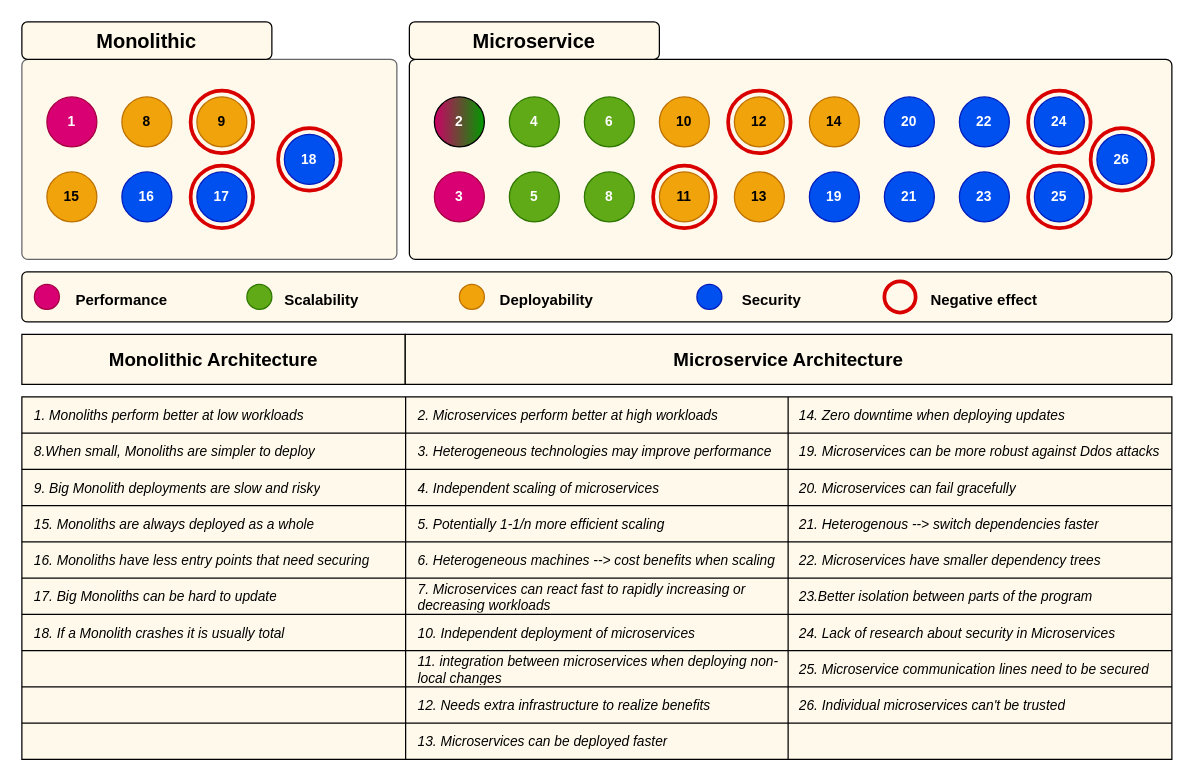
The draw.io diagram Untitled Diagram.drawio in Catrovitch/Microservice-Tactics, before the edit. Source tidied: cells renumbered, new cells numbered last; positions are measured from the earlier drawing's top-left corner, leaving out a move shared by most shapes. Both pictures are drawn from the tidied source at 125%, with x=0, y=0 at pixel (21, 21).
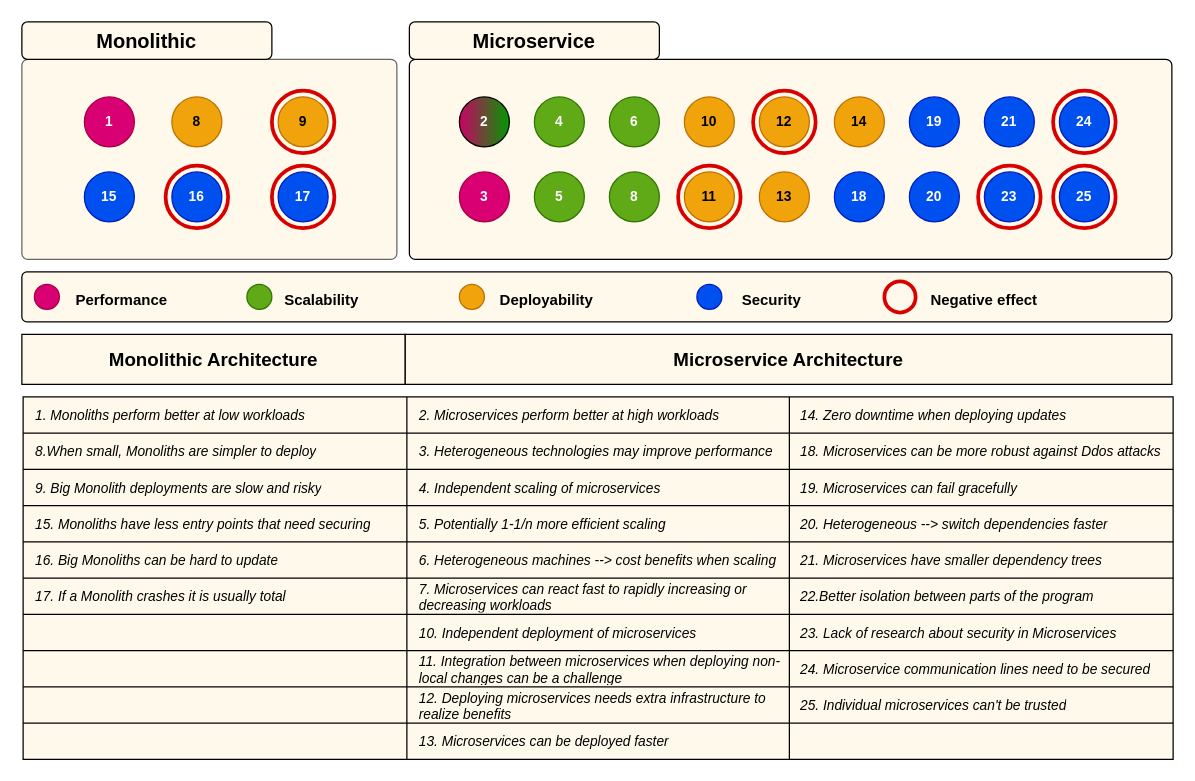
The same diagram, later.

The change refers to these unchanged cells:
```xml
<mxCell id="8" style="group;fillColor=default;" parent="1" vertex="1">
  <mxGeometry y="250" width="920" height="340" as="geometry" />
</mxCell>
<mxCell id="14" style="shape=tableRow;horizontal=0;startSize=0;swimlaneHead=0;swimlaneBody=0;strokeColor=inherit;top=0;left=0;bottom=0;right=0;fillColor=none;" parent="9" vertex="1">
  <mxGeometry y="29" width="920" height="29" as="geometry" />
</mxCell>
<mxCell id="18" style="shape=tableRow;horizontal=0;startSize=0;swimlaneHead=0;swimlaneBody=0;strokeColor=inherit;top=0;left=0;bottom=0;right=0;fillColor=none;" parent="9" vertex="1">
  <mxGeometry y="58" width="920" height="29" as="geometry" />
</mxCell>
<mxCell id="22" style="shape=tableRow;horizontal=0;startSize=0;swimlaneHead=0;swimlaneBody=0;strokeColor=inherit;top=0;left=0;bottom=0;right=0;fillColor=none;" parent="9" vertex="1">
  <mxGeometry y="87" width="920" height="29" as="geometry" />
</mxCell>
<mxCell id="26" style="shape=tableRow;horizontal=0;startSize=0;swimlaneHead=0;swimlaneBody=0;strokeColor=inherit;top=0;left=0;bottom=0;right=0;fillColor=none;" parent="9" vertex="1">
  <mxGeometry y="116" width="920" height="29" as="geometry" />
</mxCell>
<mxCell id="30" style="shape=tableRow;horizontal=0;startSize=0;swimlaneHead=0;swimlaneBody=0;strokeColor=inherit;top=0;left=0;bottom=0;right=0;fillColor=none;" parent="9" vertex="1">
  <mxGeometry y="145" width="920" height="29" as="geometry" />
</mxCell>
<mxCell id="34" style="shape=tableRow;horizontal=0;startSize=0;swimlaneHead=0;swimlaneBody=0;strokeColor=inherit;top=0;left=0;bottom=0;right=0;fillColor=none;" parent="9" vertex="1">
  <mxGeometry y="174" width="920" height="29" as="geometry" />
</mxCell>
<mxCell id="38" style="shape=tableRow;horizontal=0;startSize=0;swimlaneHead=0;swimlaneBody=0;strokeColor=inherit;top=0;left=0;bottom=0;right=0;fillColor=none;" parent="9" vertex="1">
  <mxGeometry y="203" width="920" height="29" as="geometry" />
</mxCell>
<mxCell id="42" style="shape=tableRow;horizontal=0;startSize=0;swimlaneHead=0;swimlaneBody=0;strokeColor=inherit;top=0;left=0;bottom=0;right=0;fillColor=none;" parent="9" vertex="1">
  <mxGeometry y="232" width="920" height="29" as="geometry" />
</mxCell>
```

Change to the diagram source:
```diff
@@
     <mxCell id="6" value="&lt;b style=&quot;font-size: 11px;&quot;&gt;&lt;font style=&quot;font-size: 11px;&quot;&gt;1&lt;/font&gt;&lt;/b&gt;" style="ellipse;whiteSpace=wrap;html=1;fontSize=11;fillColor=#d80073;strokeColor=#A50040;fontColor=#ffffff;" parent="1" vertex="1">
-      <mxGeometry x="20" y="60" width="40" height="40" as="geometry" />
+      <mxGeometry x="50" y="60" width="40" height="40" as="geometry" />
     </mxCell>
     <mxCell id="7" value="&lt;font color=&quot;#ffffff&quot;&gt;&lt;b&gt;2&lt;/b&gt;&lt;/font&gt;" style="ellipse;whiteSpace=wrap;html=1;fontSize=11;gradientColor=#009900;gradientDirection=east;fillColor=#CC0066;" parent="1" vertex="1">
-      <mxGeometry x="330" y="60" width="40" height="40" as="geometry" />
+      <mxGeometry x="350" y="60" width="40" height="40" as="geometry" />
     </mxCell>
@@
     <mxCell id="9" style="shape=table;startSize=0;childLayout=tableLayout;swimlaneLine=1;align=left;spacing=2;fillColor=#FFF9EB;" parent="8" vertex="1">
-      <mxGeometry y="50" width="920" height="290" as="geometry" />
+      <mxGeometry x="1" y="50" width="920" height="290" as="geometry" />
     </mxCell>
@@
-    <mxCell id="17" value="19. Microservices can be more robust against Ddos attacks" style="shape=partialRectangle;html=1;whiteSpace=wrap;strokeColor=inherit;overflow=hidden;fillColor=none;top=0;left=0;bottom=0;right=0;align=left;fontSize=11;spacingLeft=7;fontStyle=2;" parent="14" vertex="1">
+    <mxCell id="17" value="18. Microservices can be more robust against Ddos attacks" style="shape=partialRectangle;html=1;whiteSpace=wrap;strokeColor=inherit;overflow=hidden;fillColor=none;top=0;left=0;bottom=0;right=0;align=left;fontSize=11;spacingLeft=7;fontStyle=2;" parent="14" vertex="1">
       <mxGeometry x="613" width="307" height="29" as="geometry" />
     </mxCell>
@@
-    <mxCell id="21" value="20. Microservices can fail gracefully" style="shape=partialRectangle;html=1;whiteSpace=wrap;strokeColor=inherit;overflow=hidden;fillColor=none;top=0;left=0;bottom=0;right=0;align=left;fontSize=11;spacingLeft=7;fontStyle=2;" parent="18" vertex="1">
+    <mxCell id="21" value="19. Microservices can fail gracefully" style="shape=partialRectangle;html=1;whiteSpace=wrap;strokeColor=inherit;overflow=hidden;fillColor=none;top=0;left=0;bottom=0;right=0;align=left;fontSize=11;spacingLeft=7;fontStyle=2;" parent="18" vertex="1">
       <mxGeometry x="613" width="307" height="29" as="geometry" />
     </mxCell>
@@
-    <mxCell id="23" value="15. Monoliths are always deployed as a whole" style="shape=partialRectangle;html=1;whiteSpace=wrap;strokeColor=inherit;overflow=hidden;fillColor=none;top=0;left=0;bottom=0;right=0;align=left;fontSize=11;fontStyle=2;spacingLeft=8;" parent="22" vertex="1">
+    <mxCell id="23" value="15. Monoliths have less entry points that need securing" style="shape=partialRectangle;html=1;whiteSpace=wrap;strokeColor=inherit;overflow=hidden;fillColor=none;top=0;left=0;bottom=0;right=0;align=left;fontSize=11;fontStyle=2;spacingLeft=8;" parent="22" vertex="1">
       <mxGeometry width="307" height="29" as="geometry" />
     </mxCell>
@@
-    <mxCell id="25" value="21. Heterogenous --&amp;gt; switch dependencies faster" style="shape=partialRectangle;html=1;whiteSpace=wrap;strokeColor=inherit;overflow=hidden;fillColor=none;top=0;left=0;bottom=0;right=0;align=left;fontSize=11;spacingLeft=7;fontStyle=2;" parent="22" vertex="1">
+    <mxCell id="25" value="20. Heterogeneous --&amp;gt; switch dependencies faster" style="shape=partialRectangle;html=1;whiteSpace=wrap;strokeColor=inherit;overflow=hidden;fillColor=none;top=0;left=0;bottom=0;right=0;align=left;fontSize=11;spacingLeft=7;fontStyle=2;" parent="22" vertex="1">
       <mxGeometry x="613" width="307" height="29" as="geometry" />
     </mxCell>
@@
-    <mxCell id="27" value="&lt;div&gt;16. Monoliths have less entry points that need securing&lt;/div&gt;" style="shape=partialRectangle;html=1;whiteSpace=wrap;strokeColor=inherit;overflow=hidden;fillColor=none;top=0;left=0;bottom=0;right=0;align=left;fontSize=11;fontStyle=2;spacingLeft=8;" parent="26" vertex="1">
+    <mxCell id="27" value="&lt;div&gt;16. Big Monoliths can be hard to update&lt;/div&gt;" style="shape=partialRectangle;html=1;whiteSpace=wrap;strokeColor=inherit;overflow=hidden;fillColor=none;top=0;left=0;bottom=0;right=0;align=left;fontSize=11;fontStyle=2;spacingLeft=8;" parent="26" vertex="1">
       <mxGeometry width="307" height="29" as="geometry" />
     </mxCell>
@@
-    <mxCell id="29" value="22. Microservices have smaller dependency trees" style="shape=partialRectangle;html=1;whiteSpace=wrap;strokeColor=inherit;overflow=hidden;fillColor=none;top=0;left=0;bottom=0;right=0;align=left;fontSize=11;spacingLeft=7;fontStyle=2;" parent="26" vertex="1">
+    <mxCell id="29" value="21. Microservices have smaller dependency trees" style="shape=partialRectangle;html=1;whiteSpace=wrap;strokeColor=inherit;overflow=hidden;fillColor=none;top=0;left=0;bottom=0;right=0;align=left;fontSize=11;spacingLeft=7;fontStyle=2;" parent="26" vertex="1">
       <mxGeometry x="613" width="307" height="29" as="geometry" />
     </mxCell>
@@
-    <mxCell id="31" value="17. Big Monoliths can be hard to update" style="shape=partialRectangle;html=1;whiteSpace=wrap;strokeColor=inherit;overflow=hidden;fillColor=none;top=0;left=0;bottom=0;right=0;align=left;fontSize=11;fontStyle=2;spacingLeft=8;" parent="30" vertex="1">
+    <mxCell id="31" value="17. If a Monolith crashes it is usually total" style="shape=partialRectangle;html=1;whiteSpace=wrap;strokeColor=inherit;overflow=hidden;fillColor=none;top=0;left=0;bottom=0;right=0;align=left;fontSize=11;fontStyle=2;spacingLeft=8;" parent="30" vertex="1">
       <mxGeometry width="307" height="29" as="geometry" />
     </mxCell>
@@
-    <mxCell id="33" value="23.Better isolation between parts of the program" style="shape=partialRectangle;html=1;whiteSpace=wrap;strokeColor=inherit;overflow=hidden;fillColor=none;top=0;left=0;bottom=0;right=0;align=left;fontSize=11;spacingLeft=7;fontStyle=2;" parent="30" vertex="1">
+    <mxCell id="33" value="22.Better isolation between parts of the program" style="shape=partialRectangle;html=1;whiteSpace=wrap;strokeColor=inherit;overflow=hidden;fillColor=none;top=0;left=0;bottom=0;right=0;align=left;fontSize=11;spacingLeft=7;fontStyle=2;" parent="30" vertex="1">
       <mxGeometry x="613" width="307" height="29" as="geometry" />
     </mxCell>
@@
-    <mxCell id="35" value="18. If a Monolith crashes it is usually total" style="shape=partialRectangle;html=1;whiteSpace=wrap;strokeColor=inherit;overflow=hidden;fillColor=none;top=0;left=0;bottom=0;right=0;align=left;fontSize=11;fontStyle=2;spacingLeft=8;" parent="34" vertex="1">
+    <mxCell id="35" style="shape=partialRectangle;html=1;whiteSpace=wrap;strokeColor=inherit;overflow=hidden;fillColor=none;top=0;left=0;bottom=0;right=0;align=left;fontSize=11;fontStyle=2;spacingLeft=8;" parent="34" vertex="1">
       <mxGeometry width="307" height="29" as="geometry" />
     </mxCell>
@@
-    <mxCell id="37" value="24. Lack of research about security in Microservices" style="shape=partialRectangle;html=1;whiteSpace=wrap;strokeColor=inherit;overflow=hidden;fillColor=none;top=0;left=0;bottom=0;right=0;align=left;fontSize=11;spacingLeft=7;fontStyle=2;" parent="34" vertex="1">
+    <mxCell id="37" value="23. Lack of research about security in Microservices" style="shape=partialRectangle;html=1;whiteSpace=wrap;strokeColor=inherit;overflow=hidden;fillColor=none;top=0;left=0;bottom=0;right=0;align=left;fontSize=11;spacingLeft=7;fontStyle=2;" parent="34" vertex="1">
       <mxGeometry x="613" width="307" height="29" as="geometry" />
     </mxCell>
@@
-    <mxCell id="40" value="11. integration between microservices when deploying non-local changes" style="shape=partialRectangle;html=1;whiteSpace=wrap;strokeColor=inherit;overflow=hidden;fillColor=none;top=0;left=0;bottom=0;right=0;align=left;fontSize=11;fontStyle=2;spacingLeft=8;" parent="38" vertex="1">
+    <mxCell id="40" value="11. Integration between microservices when deploying non-local changes can be a challenge" style="shape=partialRectangle;html=1;whiteSpace=wrap;strokeColor=inherit;overflow=hidden;fillColor=none;top=0;left=0;bottom=0;right=0;align=left;fontSize=11;fontStyle=2;spacingLeft=8;" parent="38" vertex="1">
       <mxGeometry x="307" width="306" height="29" as="geometry" />
     </mxCell>
-    <mxCell id="41" value="25. Microservice communication lines need to be secured" style="shape=partialRectangle;html=1;whiteSpace=wrap;strokeColor=inherit;overflow=hidden;fillColor=none;top=0;left=0;bottom=0;right=0;align=left;fontSize=11;spacingLeft=7;fontStyle=2;" parent="38" vertex="1">
+    <mxCell id="41" value="24. Microservice communication lines need to be secured" style="shape=partialRectangle;html=1;whiteSpace=wrap;strokeColor=inherit;overflow=hidden;fillColor=none;top=0;left=0;bottom=0;right=0;align=left;fontSize=11;spacingLeft=7;fontStyle=2;" parent="38" vertex="1">
       <mxGeometry x="613" width="307" height="29" as="geometry" />
     </mxCell>
@@
-    <mxCell id="44" value="12. Needs extra infrastructure to realize benefits" style="shape=partialRectangle;html=1;whiteSpace=wrap;strokeColor=inherit;overflow=hidden;fillColor=none;top=0;left=0;bottom=0;right=0;align=left;fontSize=11;fontStyle=2;spacingLeft=8;" parent="42" vertex="1">
+    <mxCell id="44" value="12. Deploying microservices needs extra infrastructure to realize benefits" style="shape=partialRectangle;html=1;whiteSpace=wrap;strokeColor=inherit;overflow=hidden;fillColor=none;top=0;left=0;bottom=0;right=0;align=left;fontSize=11;fontStyle=2;spacingLeft=8;" parent="42" vertex="1">
       <mxGeometry x="307" width="306" height="29" as="geometry" />
     </mxCell>
-    <mxCell id="45" value="26. Individual microservices can't be trusted" style="shape=partialRectangle;html=1;whiteSpace=wrap;strokeColor=inherit;overflow=hidden;fillColor=none;top=0;left=0;bottom=0;right=0;align=left;fontSize=11;spacingLeft=7;fontStyle=2;" parent="42" vertex="1">
+    <mxCell id="45" value="25. Individual microservices can't be trusted " style="shape=partialRectangle;html=1;whiteSpace=wrap;strokeColor=inherit;overflow=hidden;fillColor=none;top=0;left=0;bottom=0;right=0;align=left;fontSize=11;spacingLeft=7;fontStyle=2;" parent="42" vertex="1">
       <mxGeometry x="613" width="307" height="29" as="geometry" />
     </mxCell>
@@
-    <mxCell id="52" value="&lt;b&gt;15&lt;/b&gt;" style="ellipse;whiteSpace=wrap;html=1;fontSize=11;fillColor=#f0a30a;strokeColor=#BD7000;fontColor=#000000;" parent="1" vertex="1">
-      <mxGeometry x="20" y="120" width="40" height="40" as="geometry" />
+    <mxCell id="52" value="&lt;b&gt;15&lt;/b&gt;" style="ellipse;whiteSpace=wrap;html=1;fontSize=11;fillColor=#0050ef;strokeColor=#001DBC;fontColor=#ffffff;" parent="1" vertex="1">
+      <mxGeometry x="50" y="120" width="40" height="40" as="geometry" />
     </mxCell>
     <mxCell id="53" value="&lt;b&gt;8&lt;/b&gt;" style="ellipse;whiteSpace=wrap;html=1;fontSize=11;fillColor=#f0a30a;strokeColor=#BD7000;fontColor=#000000;" parent="1" vertex="1">
-      <mxGeometry x="80" y="60" width="40" height="40" as="geometry" />
+      <mxGeometry x="120" y="60" width="40" height="40" as="geometry" />
     </mxCell>
     <mxCell id="54" value="&lt;b&gt;16&lt;/b&gt;" style="ellipse;whiteSpace=wrap;html=1;fontSize=11;fillColor=#0050ef;strokeColor=#001DBC;fontColor=#ffffff;" parent="1" vertex="1">
-      <mxGeometry x="80" y="120" width="40" height="40" as="geometry" />
+      <mxGeometry x="120" y="120" width="40" height="40" as="geometry" />
     </mxCell>
     <mxCell id="55" value="&lt;b&gt;9&lt;/b&gt;" style="ellipse;whiteSpace=wrap;html=1;fontSize=11;fillColor=#f0a30a;strokeColor=#BD7000;fontColor=#000000;" parent="1" vertex="1">
-      <mxGeometry x="140" y="60" width="40" height="40" as="geometry" />
+      <mxGeometry x="205" y="60" width="40" height="40" as="geometry" />
     </mxCell>
     <mxCell id="56" value="&lt;b&gt;17&lt;/b&gt;" style="ellipse;whiteSpace=wrap;html=1;fontSize=11;fillColor=#0050ef;strokeColor=#001DBC;fontColor=#ffffff;" parent="1" vertex="1">
-      <mxGeometry x="140" y="120" width="40" height="40" as="geometry" />
+      <mxGeometry x="205" y="120" width="40" height="40" as="geometry" />
     </mxCell>
-    <mxCell id="57" value="&lt;b&gt;18&lt;/b&gt;" style="ellipse;whiteSpace=wrap;html=1;fontSize=11;fillColor=#0050ef;strokeColor=#001DBC;fontColor=#ffffff;" parent="1" vertex="1">
-      <mxGeometry x="210" y="90" width="40" height="40" as="geometry" />
-    </mxCell>
     <mxCell id="58" value="&lt;b&gt;3&lt;/b&gt;" style="ellipse;whiteSpace=wrap;html=1;fontSize=11;fillColor=#d80073;strokeColor=#A50040;fontColor=#ffffff;" parent="1" vertex="1">
-      <mxGeometry x="330" y="120" width="40" height="40" as="geometry" />
+      <mxGeometry x="350" y="120" width="40" height="40" as="geometry" />
     </mxCell>
     <mxCell id="59" value="&lt;b&gt;4&lt;/b&gt;" style="ellipse;whiteSpace=wrap;html=1;fontSize=11;fillColor=#60a917;fontColor=#ffffff;strokeColor=#2D7600;" parent="1" vertex="1">
-      <mxGeometry x="390" y="60" width="40" height="40" as="geometry" />
+      <mxGeometry x="410" y="60" width="40" height="40" as="geometry" />
     </mxCell>
     <mxCell id="60" value="&lt;b&gt;6&lt;/b&gt;" style="ellipse;whiteSpace=wrap;html=1;fontSize=11;fillColor=#60a917;fontColor=#ffffff;strokeColor=#2D7600;" parent="1" vertex="1">
-      <mxGeometry x="450" y="60" width="40" height="40" as="geometry" />
+      <mxGeometry x="470" y="60" width="40" height="40" as="geometry" />
     </mxCell>
     <mxCell id="61" value="&lt;b&gt;5&lt;/b&gt;" style="ellipse;whiteSpace=wrap;html=1;fontSize=11;fillColor=#60a917;fontColor=#ffffff;strokeColor=#2D7600;" parent="1" vertex="1">
-      <mxGeometry x="390" y="120" width="40" height="40" as="geometry" />
+      <mxGeometry x="410" y="120" width="40" height="40" as="geometry" />
     </mxCell>
     <mxCell id="62" value="&lt;b&gt;8&lt;/b&gt;" style="ellipse;whiteSpace=wrap;html=1;fontSize=11;fillColor=#60a917;fontColor=#ffffff;strokeColor=#2D7600;" parent="1" vertex="1">
-      <mxGeometry x="450" y="120" width="40" height="40" as="geometry" />
+      <mxGeometry x="470" y="120" width="40" height="40" as="geometry" />
     </mxCell>
     <mxCell id="63" value="&lt;b&gt;10&lt;/b&gt;" style="ellipse;whiteSpace=wrap;html=1;fontSize=11;fillColor=#f0a30a;fontColor=#000000;strokeColor=#BD7000;" parent="1" vertex="1">
-      <mxGeometry x="510" y="60" width="40" height="40" as="geometry" />
+      <mxGeometry x="530" y="60" width="40" height="40" as="geometry" />
     </mxCell>
     <mxCell id="64" value="&lt;b&gt;12&lt;/b&gt;" style="ellipse;whiteSpace=wrap;html=1;fontSize=11;fillColor=#f0a30a;fontColor=#000000;strokeColor=#BD7000;" parent="1" vertex="1">
-      <mxGeometry x="570" y="60" width="40" height="40" as="geometry" />
+      <mxGeometry x="590" y="60" width="40" height="40" as="geometry" />
     </mxCell>
     <mxCell id="65" value="&lt;b&gt;11&lt;/b&gt;" style="ellipse;whiteSpace=wrap;html=1;fontSize=11;fillColor=#f0a30a;fontColor=#000000;strokeColor=#BD7000;" parent="1" vertex="1">
-      <mxGeometry x="510" y="120" width="40" height="40" as="geometry" />
+      <mxGeometry x="530" y="120" width="40" height="40" as="geometry" />
     </mxCell>
     <mxCell id="66" value="&lt;b&gt;13&lt;/b&gt;" style="ellipse;whiteSpace=wrap;html=1;fontSize=11;fillColor=#f0a30a;fontColor=#000000;strokeColor=#BD7000;" parent="1" vertex="1">
-      <mxGeometry x="570" y="120" width="40" height="40" as="geometry" />
+      <mxGeometry x="590" y="120" width="40" height="40" as="geometry" />
     </mxCell>
     <mxCell id="67" value="&lt;b&gt;14&lt;/b&gt;" style="ellipse;whiteSpace=wrap;html=1;fontSize=11;fillColor=#f0a30a;fontColor=#000000;strokeColor=#BD7000;" parent="1" vertex="1">
-      <mxGeometry x="630" y="60" width="40" height="40" as="geometry" />
+      <mxGeometry x="650" y="60" width="40" height="40" as="geometry" />
     </mxCell>
-    <mxCell id="68" value="&lt;b&gt;21&lt;/b&gt;" style="ellipse;whiteSpace=wrap;html=1;fontSize=11;fillColor=#0050ef;fontColor=#ffffff;strokeColor=#001DBC;" parent="1" vertex="1">
-      <mxGeometry x="690" y="120" width="40" height="40" as="geometry" />
+    <mxCell id="68" value="&lt;b&gt;20&lt;/b&gt;" style="ellipse;whiteSpace=wrap;html=1;fontSize=11;fillColor=#0050ef;fontColor=#ffffff;strokeColor=#001DBC;" parent="1" vertex="1">
+      <mxGeometry x="710" y="120" width="40" height="40" as="geometry" />
     </mxCell>
-    <mxCell id="69" value="&lt;b&gt;19&lt;/b&gt;" style="ellipse;whiteSpace=wrap;html=1;fontSize=11;fillColor=#0050ef;fontColor=#ffffff;strokeColor=#001DBC;" parent="1" vertex="1">
-      <mxGeometry x="630" y="120" width="40" height="40" as="geometry" />
+    <mxCell id="69" value="&lt;b&gt;18&lt;/b&gt;" style="ellipse;whiteSpace=wrap;html=1;fontSize=11;fillColor=#0050ef;fontColor=#ffffff;strokeColor=#001DBC;" parent="1" vertex="1">
+      <mxGeometry x="650" y="120" width="40" height="40" as="geometry" />
     </mxCell>
-    <mxCell id="70" value="&lt;b&gt;20&lt;/b&gt;" style="ellipse;whiteSpace=wrap;html=1;fontSize=11;fillColor=#0050ef;fontColor=#ffffff;strokeColor=#001DBC;" parent="1" vertex="1">
-      <mxGeometry x="690" y="60" width="40" height="40" as="geometry" />
+    <mxCell id="70" value="&lt;b&gt;19&lt;/b&gt;" style="ellipse;whiteSpace=wrap;html=1;fontSize=11;fillColor=#0050ef;fontColor=#ffffff;strokeColor=#001DBC;" parent="1" vertex="1">
+      <mxGeometry x="710" y="60" width="40" height="40" as="geometry" />
     </mxCell>
-    <mxCell id="71" value="&lt;b&gt;22&lt;/b&gt;" style="ellipse;whiteSpace=wrap;html=1;fontSize=11;fillColor=#0050ef;fontColor=#ffffff;strokeColor=#001DBC;" parent="1" vertex="1">
-      <mxGeometry x="750" y="60" width="40" height="40" as="geometry" />
+    <mxCell id="71" value="&lt;b&gt;21&lt;/b&gt;" style="ellipse;whiteSpace=wrap;html=1;fontSize=11;fillColor=#0050ef;fontColor=#ffffff;strokeColor=#001DBC;" parent="1" vertex="1">
+      <mxGeometry x="770" y="60" width="40" height="40" as="geometry" />
     </mxCell>
     <mxCell id="72" value="&lt;b&gt;23&lt;/b&gt;" style="ellipse;whiteSpace=wrap;html=1;fontSize=11;fillColor=#0050ef;fontColor=#ffffff;strokeColor=#001DBC;" parent="1" vertex="1">
-      <mxGeometry x="750" y="120" width="40" height="40" as="geometry" />
+      <mxGeometry x="770" y="120" width="40" height="40" as="geometry" />
     </mxCell>
     <mxCell id="73" value="&lt;b&gt;24&lt;/b&gt;" style="ellipse;whiteSpace=wrap;html=1;fontSize=11;fillColor=#0050ef;fontColor=#ffffff;strokeColor=#001DBC;" parent="1" vertex="1">
-      <mxGeometry x="810" y="60" width="40" height="40" as="geometry" />
+      <mxGeometry x="830" y="60" width="40" height="40" as="geometry" />
     </mxCell>
     <mxCell id="74" value="&lt;b&gt;25&lt;/b&gt;" style="ellipse;whiteSpace=wrap;html=1;fontSize=11;fillColor=#0050ef;fontColor=#ffffff;strokeColor=#001DBC;" parent="1" vertex="1">
-      <mxGeometry x="810" y="120" width="40" height="40" as="geometry" />
+      <mxGeometry x="830" y="120" width="40" height="40" as="geometry" />
     </mxCell>
-    <mxCell id="75" value="&lt;b&gt;26&lt;/b&gt;" style="ellipse;whiteSpace=wrap;html=1;fontSize=11;fillColor=#0050ef;fontColor=#ffffff;strokeColor=#001DBC;" parent="1" vertex="1">
-      <mxGeometry x="860" y="90" width="40" height="40" as="geometry" />
-    </mxCell>
@@
     <mxCell id="87" style="ellipse;whiteSpace=wrap;html=1;fillColor=none;strokeColor=#D90000;fontColor=#ffffff;strokeWidth=3;" parent="1" vertex="1">
-      <mxGeometry x="135" y="55" width="50" height="50" as="geometry" />
+      <mxGeometry x="200" y="55" width="50" height="50" as="geometry" />
     </mxCell>
     <mxCell id="88" style="ellipse;whiteSpace=wrap;html=1;fillColor=none;strokeColor=#D90000;fontColor=#ffffff;strokeWidth=3;" parent="1" vertex="1">
-      <mxGeometry x="135" y="115" width="50" height="50" as="geometry" />
+      <mxGeometry x="115" y="115" width="50" height="50" as="geometry" />
     </mxCell>
     <mxCell id="89" style="ellipse;whiteSpace=wrap;html=1;fillColor=none;strokeColor=#D90000;fontColor=#ffffff;strokeWidth=3;" parent="1" vertex="1">
-      <mxGeometry x="205" y="85" width="50" height="50" as="geometry" />
+      <mxGeometry x="200" y="115" width="50" height="50" as="geometry" />
     </mxCell>
     <mxCell id="90" style="ellipse;whiteSpace=wrap;html=1;fillColor=none;strokeColor=#D90000;fontColor=#ffffff;strokeWidth=3;" parent="1" vertex="1">
-      <mxGeometry x="505" y="115" width="50" height="50" as="geometry" />
+      <mxGeometry x="525" y="115" width="50" height="50" as="geometry" />
     </mxCell>
     <mxCell id="91" style="ellipse;whiteSpace=wrap;html=1;fillColor=none;strokeColor=#D90000;fontColor=#ffffff;strokeWidth=3;" parent="1" vertex="1">
-      <mxGeometry x="565" y="55" width="50" height="50" as="geometry" />
+      <mxGeometry x="585" y="55" width="50" height="50" as="geometry" />
     </mxCell>
     <mxCell id="92" style="ellipse;whiteSpace=wrap;html=1;fillColor=none;strokeColor=#D90000;fontColor=#ffffff;strokeWidth=3;" parent="1" vertex="1">
-      <mxGeometry x="805" y="55" width="50" height="50" as="geometry" />
+      <mxGeometry x="765" y="115" width="50" height="50" as="geometry" />
     </mxCell>
     <mxCell id="93" style="ellipse;whiteSpace=wrap;html=1;fillColor=none;strokeColor=#D90000;fontColor=#ffffff;strokeWidth=3;" parent="1" vertex="1">
-      <mxGeometry x="805" y="115" width="50" height="50" as="geometry" />
+      <mxGeometry x="825" y="55" width="50" height="50" as="geometry" />
     </mxCell>
     <mxCell id="94" style="ellipse;whiteSpace=wrap;html=1;fillColor=none;strokeColor=#D90000;fontColor=#ffffff;strokeWidth=3;" parent="1" vertex="1">
-      <mxGeometry x="855" y="85" width="50" height="50" as="geometry" />
+      <mxGeometry x="825" y="115" width="50" height="50" as="geometry" />
     </mxCell>
```
